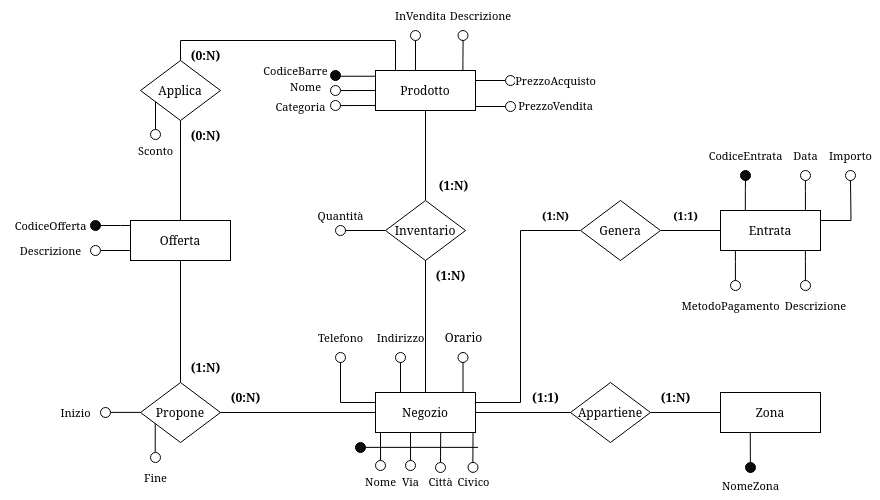
IonutZbir/ProgettoDatabase keeps this draw.io diagram as fase_due/images/rifinitura_negozio.png. Above is the earlier version. Source tidied: cells renumbered, new cells last; positions are measured from the earlier drawing's top-left corner, leaving out a move shared by most shapes.
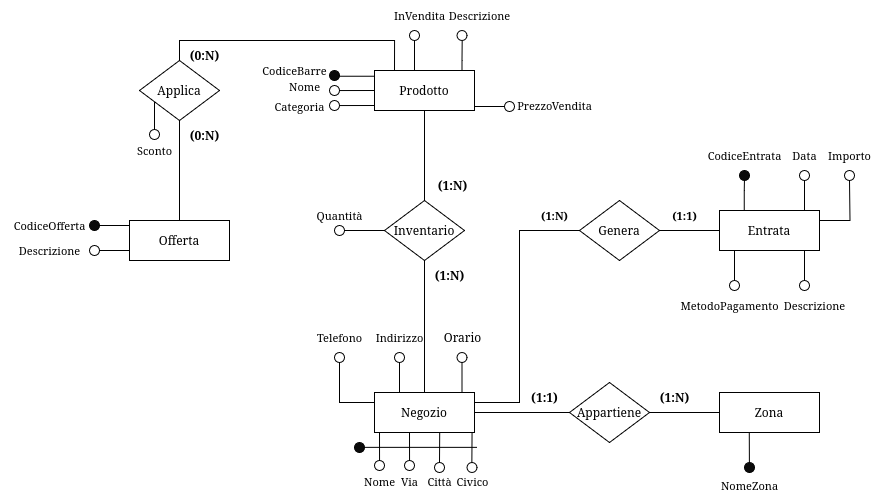
The same file after the commit.

The edit, as a diff of the source:
```diff
@@ -40,18 +40,6 @@
         </Array>
       </mxGeometry>
     </mxCell>
-    <mxCell id="10" style="edgeStyle=none;shape=connector;rounded=0;orthogonalLoop=1;jettySize=auto;html=1;exitX=0;exitY=0.75;exitDx=0;exitDy=0;strokeColor=default;align=center;verticalAlign=middle;fontFamily=Helvetica;fontSize=11;fontColor=default;labelBackgroundColor=default;endArrow=none;" parent="1" edge="1">
-      <mxGeometry relative="1" as="geometry">
-        <mxPoint x="140" y="411.9" as="sourcePoint" />
-        <mxPoint x="110" y="411.9" as="targetPoint" />
-      </mxGeometry>
-    </mxCell>
-    <mxCell id="11" style="edgeStyle=none;shape=connector;rounded=0;orthogonalLoop=1;jettySize=auto;html=1;exitX=0.25;exitY=1;exitDx=0;exitDy=0;strokeColor=default;align=center;verticalAlign=middle;fontFamily=Helvetica;fontSize=11;fontColor=default;labelBackgroundColor=default;endArrow=none;" parent="1" edge="1">
-      <mxGeometry relative="1" as="geometry">
-        <mxPoint x="154.8" y="422" as="sourcePoint" />
-        <mxPoint x="154.7" y="452" as="targetPoint" />
-      </mxGeometry>
-    </mxCell>
     <mxCell id="12" style="edgeStyle=none;shape=connector;rounded=0;orthogonalLoop=1;jettySize=auto;html=1;exitX=0.75;exitY=1;exitDx=0;exitDy=0;strokeColor=default;align=center;verticalAlign=middle;fontFamily=Helvetica;fontSize=11;fontColor=default;labelBackgroundColor=default;endArrow=none;" parent="1" edge="1">
       <mxGeometry relative="1" as="geometry">
         <mxPoint x="155" y="101" as="sourcePoint" />
@@ -79,29 +67,9 @@
         <mxPoint x="340" y="105" as="targetPoint" />
       </mxGeometry>
     </mxCell>
-    <mxCell id="17" style="edgeStyle=orthogonalEdgeStyle;shape=connector;rounded=0;jettySize=auto;html=1;strokeColor=default;align=center;verticalAlign=middle;fontFamily=Helvetica;fontSize=11;fontColor=default;labelBackgroundColor=default;endArrow=none;endFill=0;entryX=0;entryY=0.5;entryDx=0;entryDy=0;" parent="1" edge="1" target="47">
-      <mxGeometry relative="1" as="geometry">
-        <mxPoint x="475" y="80" as="sourcePoint" />
-      </mxGeometry>
-    </mxCell>
-    <mxCell id="18" value="Propone" style="shape=rhombus;perimeter=rhombusPerimeter;whiteSpace=wrap;html=1;align=center;" parent="1" vertex="1">
-      <mxGeometry x="140" y="382" width="80" height="60" as="geometry" />
-    </mxCell>
     <mxCell id="19" value="(1:N)" style="text;html=1;align=center;verticalAlign=middle;strokeColor=none;fillColor=none;fontStyle=1;" parent="1" vertex="1">
       <mxGeometry x="427.5" y="170" width="50" height="30" as="geometry" />
     </mxCell>
-    <mxCell id="20" value="(1:N)" style="text;html=1;align=center;verticalAlign=middle;strokeColor=none;fillColor=none;fontStyle=1;" parent="1" vertex="1">
-      <mxGeometry x="180" y="352" width="50" height="30" as="geometry" />
-    </mxCell>
-    <mxCell id="21" value="(0:N)" style="text;html=1;align=center;verticalAlign=middle;strokeColor=none;fillColor=none;fontStyle=1;" parent="1" vertex="1">
-      <mxGeometry x="220" y="382" width="50" height="30" as="geometry" />
-    </mxCell>
-    <mxCell id="22" style="endArrow=none;html=1;rounded=0;exitX=1;exitY=0.5;exitDx=0;exitDy=0;entryX=0;entryY=0.5;entryDx=0;entryDy=0;" parent="1" edge="1" source="18" target="8">
-      <mxGeometry relative="1" as="geometry" />
-    </mxCell>
-    <mxCell id="23" style="endArrow=none;html=1;rounded=0;exitX=0.5;exitY=0;exitDx=0;exitDy=0;entryX=0.5;entryY=1;entryDx=0;entryDy=0;" parent="1" edge="1" source="18" target="13">
-      <mxGeometry relative="1" as="geometry" />
-    </mxCell>
     <mxCell id="24" value="Applica" style="shape=rhombus;perimeter=rhombusPerimeter;whiteSpace=wrap;html=1;align=center;" parent="1" vertex="1">
       <mxGeometry x="140" y="60" width="80" height="60" as="geometry" />
     </mxCell>
@@ -146,12 +114,6 @@
     <mxCell id="37" value="CodiceOfferta" style="text;html=1;align=center;verticalAlign=middle;strokeColor=none;fillColor=none;fontFamily=Helvetica;fontSize=11;fontColor=default;labelBackgroundColor=default;" parent="1" vertex="1">
       <mxGeometry y="210" width="100" height="30" as="geometry" />
     </mxCell>
-    <mxCell id="38" value="Inizio" style="text;html=1;align=center;verticalAlign=middle;strokeColor=none;fillColor=none;fontFamily=Helvetica;fontSize=11;fontColor=default;labelBackgroundColor=default;" parent="1" vertex="1">
-      <mxGeometry x="50" y="397" width="50" height="30" as="geometry" />
-    </mxCell>
-    <mxCell id="39" value="Fine" style="text;html=1;align=center;verticalAlign=middle;strokeColor=none;fillColor=none;fontFamily=Helvetica;fontSize=11;fontColor=default;labelBackgroundColor=default;" parent="1" vertex="1">
-      <mxGeometry x="130" y="462" width="50" height="30" as="geometry" />
-    </mxCell>
     <mxCell id="40" value="Sconto" style="text;html=1;align=center;verticalAlign=middle;strokeColor=none;fillColor=none;fontFamily=Helvetica;fontSize=11;fontColor=default;labelBackgroundColor=default;" parent="1" vertex="1">
       <mxGeometry x="125" y="135" width="60" height="30" as="geometry" />
     </mxCell>
@@ -167,18 +129,9 @@
     <mxCell id="43" value="Descrizione" style="text;html=1;align=center;verticalAlign=middle;strokeColor=none;fillColor=none;fontFamily=Helvetica;fontSize=11;fontColor=default;labelBackgroundColor=default;" parent="1" vertex="1">
       <mxGeometry x="10" y="235" width="80" height="30" as="geometry" />
     </mxCell>
-    <mxCell id="44" style="ellipse;whiteSpace=wrap;html=1;fontFamily=Helvetica;fontSize=11;fontColor=default;labelBackgroundColor=default;fillColor=none;" parent="1" vertex="1">
-      <mxGeometry x="100" y="407" width="10" height="10" as="geometry" />
-    </mxCell>
-    <mxCell id="45" style="ellipse;whiteSpace=wrap;html=1;fontFamily=Helvetica;fontSize=11;fontColor=default;labelBackgroundColor=default;fillColor=none;" parent="1" vertex="1">
-      <mxGeometry x="150" y="452" width="10" height="10" as="geometry" />
-    </mxCell>
     <mxCell id="46" style="ellipse;whiteSpace=wrap;html=1;fontFamily=Helvetica;fontSize=11;fontColor=default;labelBackgroundColor=default;fillColor=none;" parent="1" vertex="1">
       <mxGeometry x="150" y="129" width="10" height="10" as="geometry" />
     </mxCell>
-    <mxCell id="47" style="ellipse;whiteSpace=wrap;html=1;fontFamily=Helvetica;fontSize=11;fontColor=default;labelBackgroundColor=default;fillColor=none;" parent="1" vertex="1">
-      <mxGeometry x="505" y="75" width="10" height="10" as="geometry" />
-    </mxCell>
     <mxCell id="48" style="endArrow=none;html=1;rounded=0;entryX=0.5;entryY=1;entryDx=0;entryDy=0;" parent="1" edge="1" target="50">
       <mxGeometry relative="1" as="geometry">
         <mxPoint x="610" y="432" as="sourcePoint" />
@@ -229,9 +182,6 @@
     <mxCell id="62" value="Categoria" style="text;html=1;align=center;verticalAlign=middle;strokeColor=none;fillColor=none;fontFamily=Helvetica;fontSize=11;fontColor=default;labelBackgroundColor=default;" parent="1" vertex="1">
       <mxGeometry x="265" y="91" width="70" height="30" as="geometry" />
     </mxCell>
-    <mxCell id="63" value="PrezzoAcquisto" style="text;html=1;align=center;verticalAlign=middle;strokeColor=none;fillColor=none;fontFamily=Helvetica;fontSize=11;fontColor=default;labelBackgroundColor=default;" parent="1" vertex="1">
-      <mxGeometry x="505" y="65" width="100" height="30" as="geometry" />
-    </mxCell>
     <mxCell id="64" style="ellipse;whiteSpace=wrap;html=1;fontFamily=Helvetica;fontSize=11;fontColor=default;labelBackgroundColor=default;fillColor=none;" parent="1" vertex="1">
       <mxGeometry x="335" y="225" width="10" height="10" as="geometry" />
     </mxCell>
```
